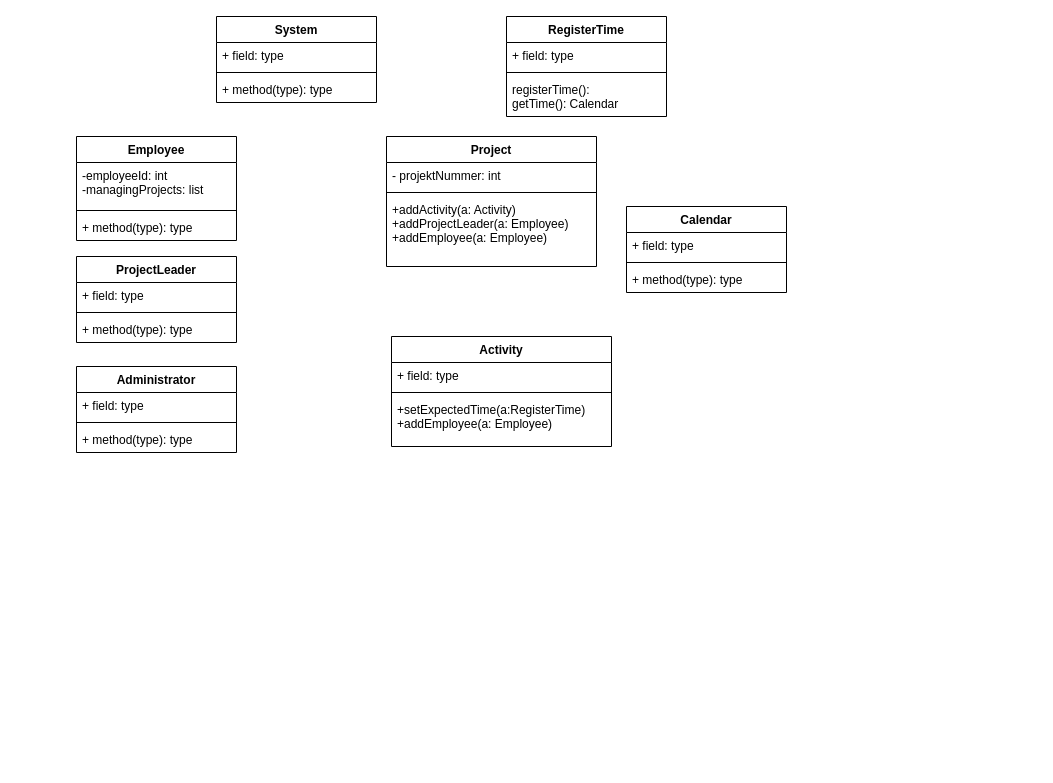
Earlier version of the draw.io diagram classdiagram.drawio (HLLissau/SoftwareProjekt). Source tidied: cells renumbered, new cells numbered last; positions are measured from the earlier drawing's top-left corner, leaving out a move shared by most shapes. Both pictures are drawn from the tidied source at 100%, with x=0, y=0 at pixel (76, 16).
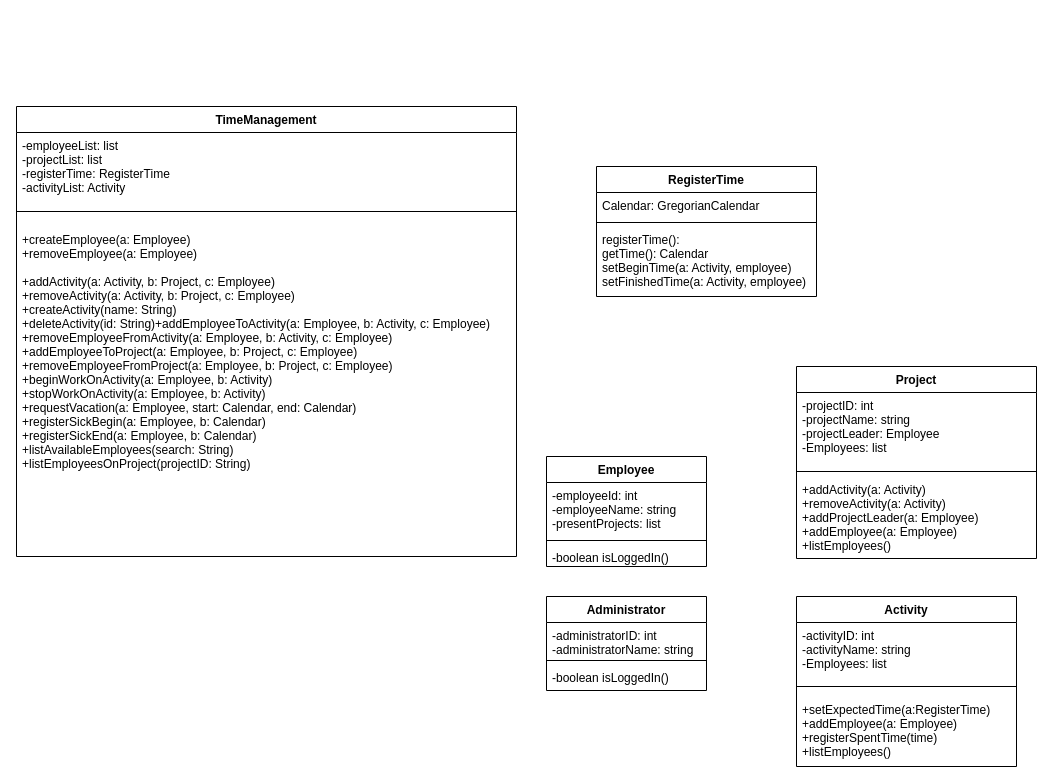
The same page after the edit.

The edit, as a diff of the source:
```diff
@@
-    <mxCell id="2" value="System" style="swimlane;fontStyle=1;align=center;verticalAlign=top;horizontal=1;startSize=26;" parent="1" vertex="1">
-      <mxGeometry x="140" width="160" height="86" as="geometry" />
-    </mxCell>
-    <mxCell id="3" value="+ field: type" style="text;strokeColor=none;fillColor=none;align=left;verticalAlign=top;spacingLeft=4;spacingRight=4;overflow=hidden;" parent="2" vertex="1">
-      <mxGeometry y="26" width="160" height="26" as="geometry" />
-    </mxCell>
-    <mxCell id="4" style="line;strokeWidth=1;fillColor=none;align=left;verticalAlign=middle;spacingTop=-1;spacingLeft=3;spacingRight=3;labelPosition=right;" parent="2" vertex="1">
-      <mxGeometry y="52" width="160" height="8" as="geometry" />
-    </mxCell>
-    <mxCell id="5" value="+ method(type): type" style="text;strokeColor=none;fillColor=none;align=left;verticalAlign=top;spacingLeft=4;spacingRight=4;overflow=hidden;" parent="2" vertex="1">
-      <mxGeometry y="60" width="160" height="26" as="geometry" />
-    </mxCell>
     <mxCell id="6" value="Employee" style="swimlane;fontStyle=1;align=center;verticalAlign=top;horizontal=1;startSize=26;" parent="1" vertex="1">
-      <mxGeometry y="120" width="160" height="104" as="geometry" />
+      <mxGeometry x="470" y="440" width="160" height="110" as="geometry" />
     </mxCell>
-    <mxCell id="7" value="-employeeId: int&#10;-managingProjects: list" style="text;strokeColor=none;fillColor=none;align=left;verticalAlign=top;spacingLeft=4;spacingRight=4;overflow=hidden;" parent="6" vertex="1">
-      <mxGeometry y="26" width="160" height="44" as="geometry" />
+    <mxCell id="7" value="-employeeId: int&#10;-employeeName: string&#10;-presentProjects: list" style="text;strokeColor=none;fillColor=none;align=left;verticalAlign=top;spacingLeft=4;spacingRight=4;overflow=hidden;" parent="6" vertex="1">
+      <mxGeometry y="26" width="160" height="54" as="geometry" />
     </mxCell>
     <mxCell id="8" style="line;strokeWidth=1;fillColor=none;align=left;verticalAlign=middle;spacingTop=-1;spacingLeft=3;spacingRight=3;labelPosition=right;" parent="6" vertex="1">
-      <mxGeometry y="70" width="160" height="8" as="geometry" />
+      <mxGeometry y="80" width="160" height="8" as="geometry" />
     </mxCell>
-    <mxCell id="9" value="+ method(type): type" style="text;strokeColor=none;fillColor=none;align=left;verticalAlign=top;spacingLeft=4;spacingRight=4;overflow=hidden;" parent="6" vertex="1">
-      <mxGeometry y="78" width="160" height="26" as="geometry" />
+    <mxCell id="9" value="-boolean isLoggedIn()&#10;" style="text;strokeColor=none;fillColor=none;align=left;verticalAlign=top;spacingLeft=4;spacingRight=4;overflow=hidden;" parent="6" vertex="1">
+      <mxGeometry y="88" width="160" height="22" as="geometry" />
     </mxCell>
-    <mxCell id="10" value="ProjectLeader" style="swimlane;fontStyle=1;align=center;verticalAlign=top;horizontal=1;startSize=26;" parent="1" vertex="1">
-      <mxGeometry y="240" width="160" height="86" as="geometry" />
-    </mxCell>
-    <mxCell id="11" value="+ field: type" style="text;strokeColor=none;fillColor=none;align=left;verticalAlign=top;spacingLeft=4;spacingRight=4;overflow=hidden;" parent="10" vertex="1">
-      <mxGeometry y="26" width="160" height="26" as="geometry" />
-    </mxCell>
-    <mxCell id="12" style="line;strokeWidth=1;fillColor=none;align=left;verticalAlign=middle;spacingTop=-1;spacingLeft=3;spacingRight=3;labelPosition=right;" parent="10" vertex="1">
-      <mxGeometry y="52" width="160" height="8" as="geometry" />
-    </mxCell>
-    <mxCell id="13" value="+ method(type): type" style="text;strokeColor=none;fillColor=none;align=left;verticalAlign=top;spacingLeft=4;spacingRight=4;overflow=hidden;" parent="10" vertex="1">
-      <mxGeometry y="60" width="160" height="26" as="geometry" />
-    </mxCell>
     <mxCell id="14" value="Administrator" style="swimlane;fontStyle=1;align=center;verticalAlign=top;horizontal=1;startSize=26;" parent="1" vertex="1">
-      <mxGeometry y="350" width="160" height="86" as="geometry" />
+      <mxGeometry x="470" y="580" width="160" height="94" as="geometry" />
     </mxCell>
-    <mxCell id="15" value="+ field: type" style="text;strokeColor=none;fillColor=none;align=left;verticalAlign=top;spacingLeft=4;spacingRight=4;overflow=hidden;" parent="14" vertex="1">
-      <mxGeometry y="26" width="160" height="26" as="geometry" />
+    <mxCell id="15" value="-administratorID: int&#10;-administratorName: string" style="text;strokeColor=none;fillColor=none;align=left;verticalAlign=top;spacingLeft=4;spacingRight=4;overflow=hidden;" parent="14" vertex="1">
+      <mxGeometry y="26" width="160" height="34" as="geometry" />
     </mxCell>
     <mxCell id="16" style="line;strokeWidth=1;fillColor=none;align=left;verticalAlign=middle;spacingTop=-1;spacingLeft=3;spacingRight=3;labelPosition=right;" parent="14" vertex="1">
-      <mxGeometry y="52" width="160" height="8" as="geometry" />
+      <mxGeometry y="60" width="160" height="8" as="geometry" />
     </mxCell>
-    <mxCell id="17" value="+ method(type): type" style="text;strokeColor=none;fillColor=none;align=left;verticalAlign=top;spacingLeft=4;spacingRight=4;overflow=hidden;" parent="14" vertex="1">
-      <mxGeometry y="60" width="160" height="26" as="geometry" />
+    <mxCell id="17" value="-boolean isLoggedIn()" style="text;strokeColor=none;fillColor=none;align=left;verticalAlign=top;spacingLeft=4;spacingRight=4;overflow=hidden;" parent="14" vertex="1">
+      <mxGeometry y="68" width="160" height="26" as="geometry" />
     </mxCell>
     <mxCell id="18" value="Project" style="swimlane;fontStyle=1;align=center;verticalAlign=top;horizontal=1;startSize=26;" parent="1" vertex="1">
-      <mxGeometry x="310" y="120" width="210" height="130" as="geometry" />
+      <mxGeometry x="720" y="350" width="240" height="192" as="geometry" />
     </mxCell>
-    <mxCell id="19" value="- projektNummer: int" style="text;strokeColor=none;fillColor=none;align=left;verticalAlign=top;spacingLeft=4;spacingRight=4;overflow=hidden;" parent="18" vertex="1">
-      <mxGeometry y="26" width="210" height="26" as="geometry" />
+    <mxCell id="19" value="-projectID: int&#10;-projectName: string&#10;-projectLeader: Employee&#10;-Employees: list&#10;" style="text;strokeColor=none;fillColor=none;align=left;verticalAlign=top;spacingLeft=4;spacingRight=4;overflow=hidden;" parent="18" vertex="1">
+      <mxGeometry y="26" width="240" height="74" as="geometry" />
     </mxCell>
     <mxCell id="20" style="line;strokeWidth=1;fillColor=none;align=left;verticalAlign=middle;spacingTop=-1;spacingLeft=3;spacingRight=3;labelPosition=right;" parent="18" vertex="1">
-      <mxGeometry y="52" width="210" height="8" as="geometry" />
+      <mxGeometry y="100" width="240" height="10" as="geometry" />
     </mxCell>
-    <mxCell id="21" value="+addActivity(a: Activity)&#10;+addProjectLeader(a: Employee)&#10;+addEmployee(a: Employee)&#10;" style="text;strokeColor=none;fillColor=none;align=left;verticalAlign=top;spacingLeft=4;spacingRight=4;overflow=hidden;" parent="18" vertex="1">
-      <mxGeometry y="60" width="210" height="70" as="geometry" />
+    <mxCell id="21" value="+addActivity(a: Activity)&#10;+removeActivity(a: Activity)&#10;+addProjectLeader(a: Employee)&#10;+addEmployee(a: Employee)&#10;+listEmployees()&#10;" style="text;strokeColor=none;fillColor=none;align=left;verticalAlign=top;spacingLeft=4;spacingRight=4;overflow=hidden;" parent="18" vertex="1">
+      <mxGeometry y="110" width="240" height="82" as="geometry" />
     </mxCell>
     <mxCell id="22" value="Activity" style="swimlane;fontStyle=1;align=center;verticalAlign=top;horizontal=1;startSize=26;" parent="1" vertex="1">
-      <mxGeometry x="315" y="320" width="220" height="110" as="geometry" />
+      <mxGeometry x="720" y="580" width="220" height="170" as="geometry" />
     </mxCell>
-    <mxCell id="23" value="+ field: type" style="text;strokeColor=none;fillColor=none;align=left;verticalAlign=top;spacingLeft=4;spacingRight=4;overflow=hidden;" parent="22" vertex="1">
-      <mxGeometry y="26" width="220" height="26" as="geometry" />
+    <mxCell id="23" value="-activityID: int&#10;-activityName: string&#10;-Employees: list" style="text;strokeColor=none;fillColor=none;align=left;verticalAlign=top;spacingLeft=4;spacingRight=4;overflow=hidden;" parent="22" vertex="1">
+      <mxGeometry y="26" width="220" height="54" as="geometry" />
     </mxCell>
     <mxCell id="24" style="line;strokeWidth=1;fillColor=none;align=left;verticalAlign=middle;spacingTop=-1;spacingLeft=3;spacingRight=3;labelPosition=right;" parent="22" vertex="1">
-      <mxGeometry y="52" width="220" height="8" as="geometry" />
+      <mxGeometry y="80" width="220" height="20" as="geometry" />
     </mxCell>
-    <mxCell id="25" value="+setExpectedTime(a:RegisterTime)&#10;+addEmployee(a: Employee)" style="text;strokeColor=none;fillColor=none;align=left;verticalAlign=top;spacingLeft=4;spacingRight=4;overflow=hidden;" parent="22" vertex="1">
-      <mxGeometry y="60" width="220" height="50" as="geometry" />
+    <mxCell id="25" value="+setExpectedTime(a:RegisterTime)&#10;+addEmployee(a: Employee)&#10;+registerSpentTime(time)&#10;+listEmployees()" style="text;strokeColor=none;fillColor=none;align=left;verticalAlign=top;spacingLeft=4;spacingRight=4;overflow=hidden;" parent="22" vertex="1">
+      <mxGeometry y="100" width="220" height="70" as="geometry" />
     </mxCell>
     <mxCell id="26" value="RegisterTime" style="swimlane;fontStyle=1;align=center;verticalAlign=top;horizontal=1;startSize=26;" parent="1" vertex="1">
-      <mxGeometry x="430" width="160" height="100" as="geometry" />
+      <mxGeometry x="520" y="150" width="220" height="130" as="geometry" />
     </mxCell>
-    <mxCell id="27" value="+ field: type" style="text;strokeColor=none;fillColor=none;align=left;verticalAlign=top;spacingLeft=4;spacingRight=4;overflow=hidden;" parent="26" vertex="1">
-      <mxGeometry y="26" width="160" height="26" as="geometry" />
+    <mxCell id="27" value="Calendar: GregorianCalendar" style="text;strokeColor=none;fillColor=none;align=left;verticalAlign=top;spacingLeft=4;spacingRight=4;overflow=hidden;" parent="26" vertex="1">
+      <mxGeometry y="26" width="220" height="26" as="geometry" />
     </mxCell>
     <mxCell id="28" style="line;strokeWidth=1;fillColor=none;align=left;verticalAlign=middle;spacingTop=-1;spacingLeft=3;spacingRight=3;labelPosition=right;" parent="26" vertex="1">
-      <mxGeometry y="52" width="160" height="8" as="geometry" />
+      <mxGeometry y="52" width="220" height="8" as="geometry" />
     </mxCell>
-    <mxCell id="29" value="registerTime():&#10;getTime(): Calendar" style="text;strokeColor=none;fillColor=none;align=left;verticalAlign=top;spacingLeft=4;spacingRight=4;overflow=hidden;" parent="26" vertex="1">
-      <mxGeometry y="60" width="160" height="40" as="geometry" />
+    <mxCell id="29" value="registerTime():&#10;getTime(): Calendar&#10;setBeginTime(a: Activity, employee)&#10;setFinishedTime(a: Activity, employee)" style="text;strokeColor=none;fillColor=none;align=left;verticalAlign=top;spacingLeft=4;spacingRight=4;overflow=hidden;" parent="26" vertex="1">
+      <mxGeometry y="60" width="220" height="70" as="geometry" />
     </mxCell>
-    <mxCell id="30" value="Calendar" style="swimlane;fontStyle=1;align=center;verticalAlign=top;horizontal=1;startSize=26;" parent="1" vertex="1">
-      <mxGeometry x="550" y="190" width="160" height="86" as="geometry" />
-    </mxCell>
-    <mxCell id="31" value="+ field: type" style="text;strokeColor=none;fillColor=none;align=left;verticalAlign=top;spacingLeft=4;spacingRight=4;overflow=hidden;" parent="30" vertex="1">
-      <mxGeometry y="26" width="160" height="26" as="geometry" />
-    </mxCell>
-    <mxCell id="32" style="line;strokeWidth=1;fillColor=none;align=left;verticalAlign=middle;spacingTop=-1;spacingLeft=3;spacingRight=3;labelPosition=right;" parent="30" vertex="1">
-      <mxGeometry y="52" width="160" height="8" as="geometry" />
-    </mxCell>
-    <mxCell id="33" value="+ method(type): type" style="text;strokeColor=none;fillColor=none;align=left;verticalAlign=top;spacingLeft=4;spacingRight=4;overflow=hidden;" parent="30" vertex="1">
-      <mxGeometry y="60" width="160" height="26" as="geometry" />
-    </mxCell>
+    <mxCell id="34" value="TimeManagement" style="swimlane;fontStyle=1;align=center;verticalAlign=top;horizontal=1;startSize=26;" parent="1" vertex="1">
+      <mxGeometry x="-60" y="90" width="500" height="450" as="geometry" />
+    </mxCell>
+    <mxCell id="35" value="-employeeList: list&#10;-projectList: list&#10;-registerTime: RegisterTime&#10;-activityList: Activity&#10;" style="text;strokeColor=none;fillColor=none;align=left;verticalAlign=top;spacingLeft=4;spacingRight=4;overflow=hidden;" parent="34" vertex="1">
+      <mxGeometry y="26" width="500" height="64" as="geometry" />
+    </mxCell>
+    <mxCell id="36" style="line;strokeWidth=1;fillColor=none;align=left;verticalAlign=middle;spacingTop=-1;spacingLeft=3;spacingRight=3;labelPosition=right;" parent="34" vertex="1">
+      <mxGeometry y="90" width="500" height="30" as="geometry" />
+    </mxCell>
+    <mxCell id="37" value="+createEmployee(a: Employee)&#10;+removeEmployee(a: Employee)&#10;&#10;+addActivity(a: Activity, b: Project, c: Employee)&#10;+removeActivity(a: Activity, b: Project, c: Employee)&#10;+createActivity(name: String)&#10;+deleteActivity(id: String)+addEmployeeToActivity(a: Employee, b: Activity, c: Employee)&#10;+removeEmployeeFromActivity(a: Employee, b: Activity, c: Employee)&#10;+addEmployeeToProject(a: Employee, b: Project, c: Employee)&#10;+removeEmployeeFromProject(a: Employee, b: Project, c: Employee)&#10;+beginWorkOnActivity(a: Employee, b: Activity)&#10;+stopWorkOnActivity(a: Employee, b: Activity)&#10;+requestVacation(a: Employee, start: Calendar, end: Calendar)&#10;+registerSickBegin(a: Employee, b: Calendar)&#10;+registerSickEnd(a: Employee, b: Calendar)&#10;+listAvailableEmployees(search: String)&#10;+listEmployeesOnProject(projectID: String)&#10;&#10;" style="text;strokeColor=none;fillColor=none;align=left;verticalAlign=top;spacingLeft=4;spacingRight=4;overflow=hidden;" parent="34" vertex="1">
+      <mxGeometry y="120" width="500" height="330" as="geometry" />
+    </mxCell>
```
